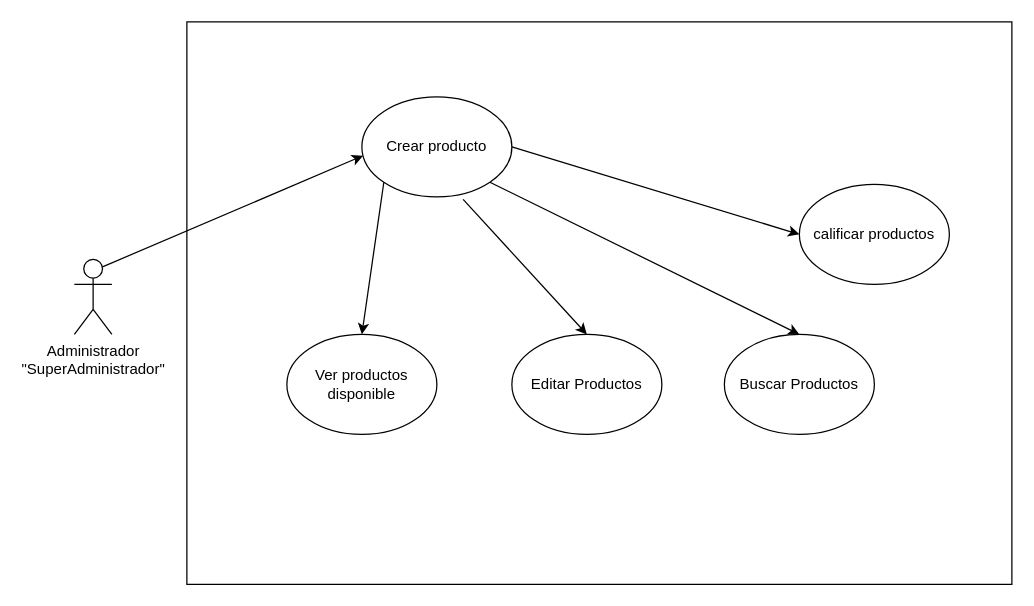
dahergonzalez/misiontic keeps this draw.io diagram as Untitled Diagram.drawio. Above is the earlier version. Source tidied: cells renumbered, new cells numbered last; positions are measured from the earlier drawing's top-left corner, leaving out a move shared by most shapes. Both pictures are drawn from the tidied source at 125%, with x=0, y=0 at pixel (74, 21).
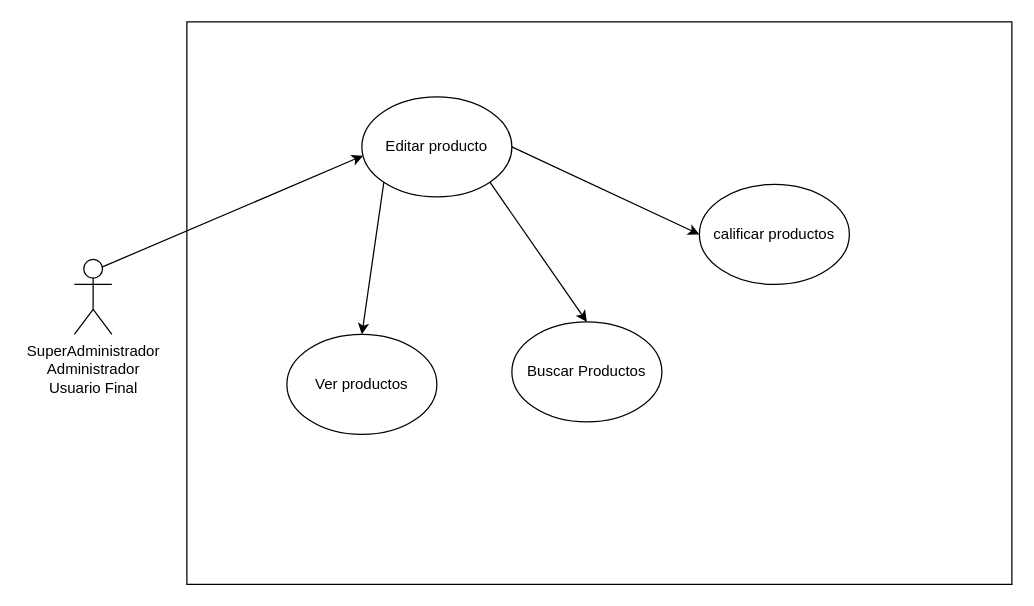
Above is the later version.

Commit message:
Editar Producto

What changed in the source:
```diff
@@
 <mxGraphModel>
   <root>
     <mxCell id="0" />
     <mxCell id="1" parent="0" />
-    <mxCell id="2" value="Administrador&lt;br&gt;&quot;SuperAdministrador&quot;" style="shape=umlActor;verticalLabelPosition=bottom;verticalAlign=top;html=1;outlineConnect=0;" parent="1" vertex="1">
+    <mxCell id="2" value="SuperAdministrador&lt;br&gt;Administrador&lt;br&gt;Usuario Final&lt;br&gt;" style="shape=umlActor;verticalLabelPosition=bottom;verticalAlign=top;html=1;outlineConnect=0;" parent="1" vertex="1">
       <mxGeometry y="190" width="30" height="60" as="geometry" />
     </mxCell>
     <mxCell id="3" style="rounded=0;whiteSpace=wrap;html=1;" parent="1" vertex="1">
       <mxGeometry x="90" width="660" height="450" as="geometry" />
     </mxCell>
-    <mxCell id="4" value="Crear producto" style="ellipse;whiteSpace=wrap;html=1;" parent="1" vertex="1">
+    <mxCell id="4" value="Editar producto" style="ellipse;whiteSpace=wrap;html=1;" parent="1" vertex="1">
       <mxGeometry x="230" y="60" width="120" height="80" as="geometry" />
     </mxCell>
-    <mxCell id="5" value="Ver productos disponible" style="ellipse;whiteSpace=wrap;html=1;" parent="1" vertex="1">
+    <mxCell id="5" value="Ver productos" style="ellipse;whiteSpace=wrap;html=1;" parent="1" vertex="1">
       <mxGeometry x="170" y="250" width="120" height="80" as="geometry" />
     </mxCell>
-    <mxCell id="6" value="Editar Productos" style="ellipse;whiteSpace=wrap;html=1;" parent="1" vertex="1">
-      <mxGeometry x="350" y="250" width="120" height="80" as="geometry" />
-    </mxCell>
     <mxCell id="7" value="Buscar Productos" style="ellipse;whiteSpace=wrap;html=1;" parent="1" vertex="1">
-      <mxGeometry x="520" y="250" width="120" height="80" as="geometry" />
+      <mxGeometry x="350" y="240" width="120" height="80" as="geometry" />
     </mxCell>
     <mxCell id="8" value="calificar productos" style="ellipse;whiteSpace=wrap;html=1;" parent="1" vertex="1">
-      <mxGeometry x="580" y="130" width="120" height="80" as="geometry" />
+      <mxGeometry x="500" y="130" width="120" height="80" as="geometry" />
     </mxCell>
     <mxCell id="9" style="endArrow=classic;html=1;exitX=1;exitY=1;exitDx=0;exitDy=0;entryX=0.5;entryY=0;entryDx=0;entryDy=0;" parent="1" edge="1" source="4" target="7">
       <mxGeometry relative="1" as="geometry" />
     </mxCell>
     <mxCell id="10" style="endArrow=classic;html=1;exitX=1;exitY=0.5;exitDx=0;exitDy=0;entryX=0;entryY=0.5;entryDx=0;entryDy=0;" parent="1" edge="1" source="4" target="8">
       <mxGeometry relative="1" as="geometry" />
     </mxCell>
-    <mxCell id="11" style="endArrow=classic;html=1;exitX=0.675;exitY=1.025;exitDx=0;exitDy=0;exitPerimeter=0;entryX=0.5;entryY=0;entryDx=0;entryDy=0;" parent="1" edge="1" source="4" target="6">
-      <mxGeometry relative="1" as="geometry" />
-    </mxCell>
     <mxCell id="12" style="endArrow=classic;html=1;exitX=0;exitY=1;exitDx=0;exitDy=0;" parent="1" edge="1" source="4">
       <mxGeometry relative="1" as="geometry">
         <mxPoint x="230" y="250" as="targetPoint" />
       </mxGeometry>
     </mxCell>
     <mxCell id="13" style="endArrow=classic;html=1;exitX=0.75;exitY=0.1;exitDx=0;exitDy=0;exitPerimeter=0;entryX=0.008;entryY=0.588;entryDx=0;entryDy=0;entryPerimeter=0;" parent="1" edge="1" source="2" target="4">
       <mxGeometry relative="1" as="geometry" />
     </mxCell>
   </root>
 </mxGraphModel>
```
